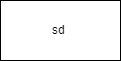
This is 学习.drawio.png from wugongzi-git/flow-chart, a draw.io export, as it was before one commit. Source tidied: cells renumbered, new cells last; positions are measured from the earlier drawing's top-left corner, leaving out a move shared by most shapes.
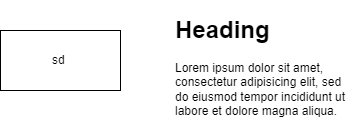
After the commit.

The edit, as a diff of the source:
```diff
@@ -5,5 +5,8 @@
     <mxCell id="2" value="sd&amp;nbsp;" style="rounded=0;whiteSpace=wrap;html=1;" parent="1" vertex="1">
       <mxGeometry width="120" height="60" as="geometry" />
     </mxCell>
+    <mxCell id="3" value="&lt;h1&gt;Heading&lt;/h1&gt;&lt;p&gt;Lorem ipsum dolor sit amet, consectetur adipisicing elit, sed do eiusmod tempor incididunt ut labore et dolore magna aliqua.&lt;/p&gt;" style="text;html=1;strokeColor=none;fillColor=none;spacing=5;spacingTop=-20;whiteSpace=wrap;overflow=hidden;rounded=0;" parent="1" vertex="1">
+      <mxGeometry x="170" y="-20" width="190" height="120" as="geometry" />
+    </mxCell>
   </root>
 </mxGraphModel>
```
